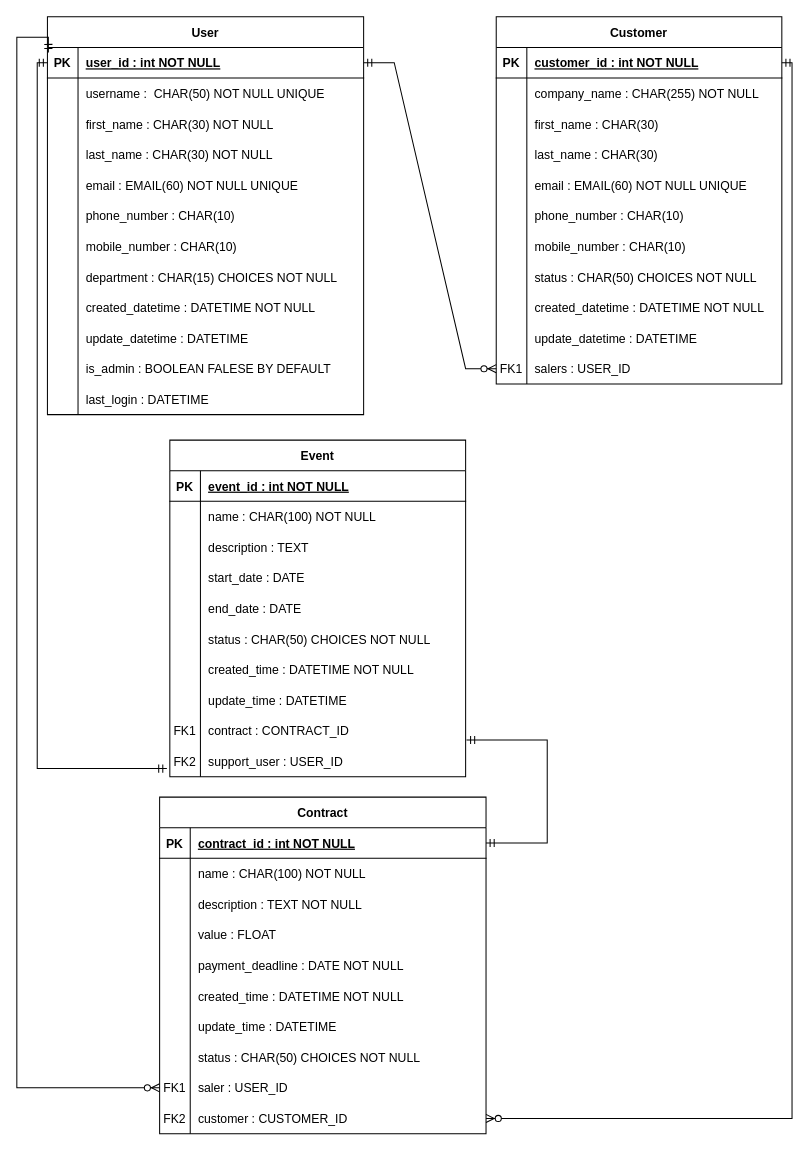
Earlier version of the draw.io diagram mld.drawio (seah78/P12). Source tidied: cells renumbered, new cells numbered last; positions are measured from the earlier drawing's top-left corner, leaving out a move shared by most shapes. Both pictures are drawn from the tidied source at 102%, with x=0, y=0 at pixel (16, 16).
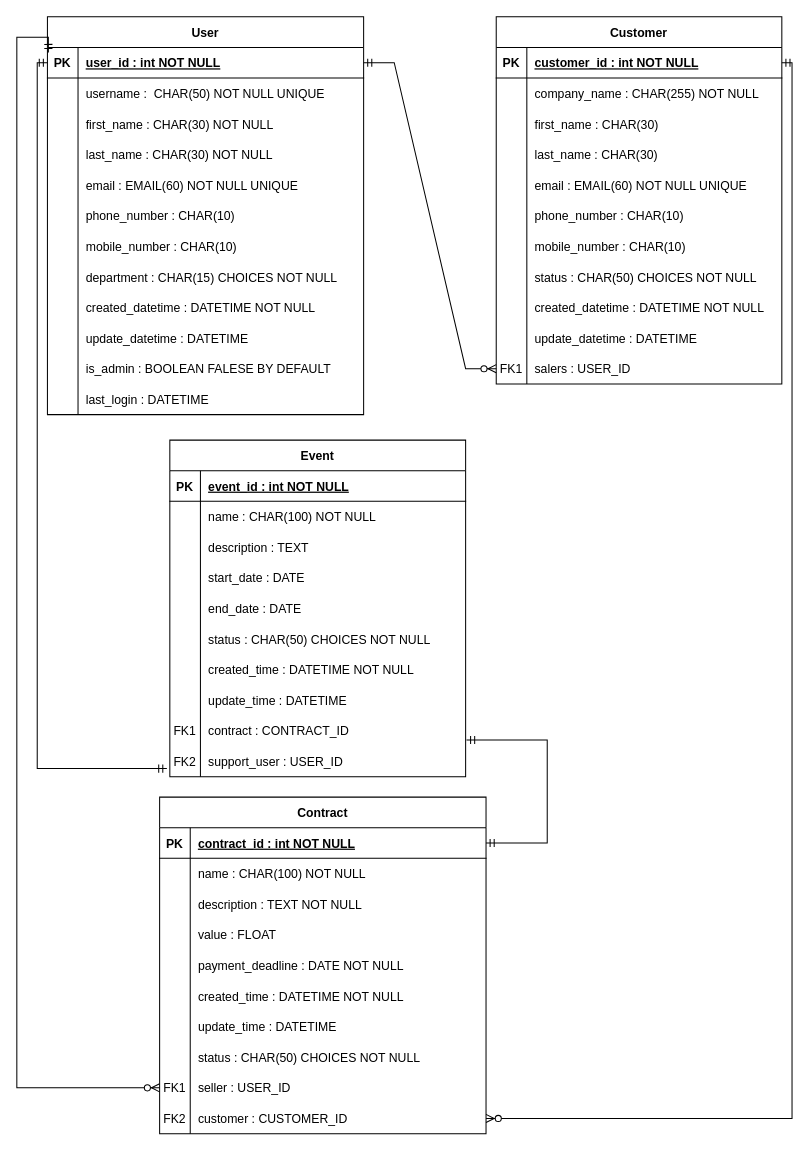
The same page after the edit.

Commit message (it also covers changes not shown here):
correction de saler en seller

The change refers to these unchanged cells:
```xml
<mxCell id="130" style="shape=tableRow;horizontal=0;startSize=0;swimlaneHead=0;swimlaneBody=0;fillColor=none;points=[[0,0.5],[1,0.5]];portConstraint=eastwest;top=0;left=0;right=0;bottom=0;fontFamily=Helvetica;fontSize=12;fontColor=default;" parent="105" vertex="1">
  <mxGeometry y="270" width="320" height="30" as="geometry" />
</mxCell>
```

Change to the diagram source:
```diff
@@
-    <mxCell id="132" value="saler : USER_ID" style="shape=partialRectangle;fillColor=none;top=0;left=0;bottom=0;right=0;align=left;spacingLeft=6;overflow=hidden;fontFamily=Helvetica;fontSize=12;fontColor=default;" parent="130" vertex="1">
+    <mxCell id="132" value="seller : USER_ID" style="shape=partialRectangle;fillColor=none;top=0;left=0;bottom=0;right=0;align=left;spacingLeft=6;overflow=hidden;fontFamily=Helvetica;fontSize=12;fontColor=default;" parent="130" vertex="1">
       <mxGeometry x="30" width="290" height="30" as="geometry" />
     </mxCell>
```
